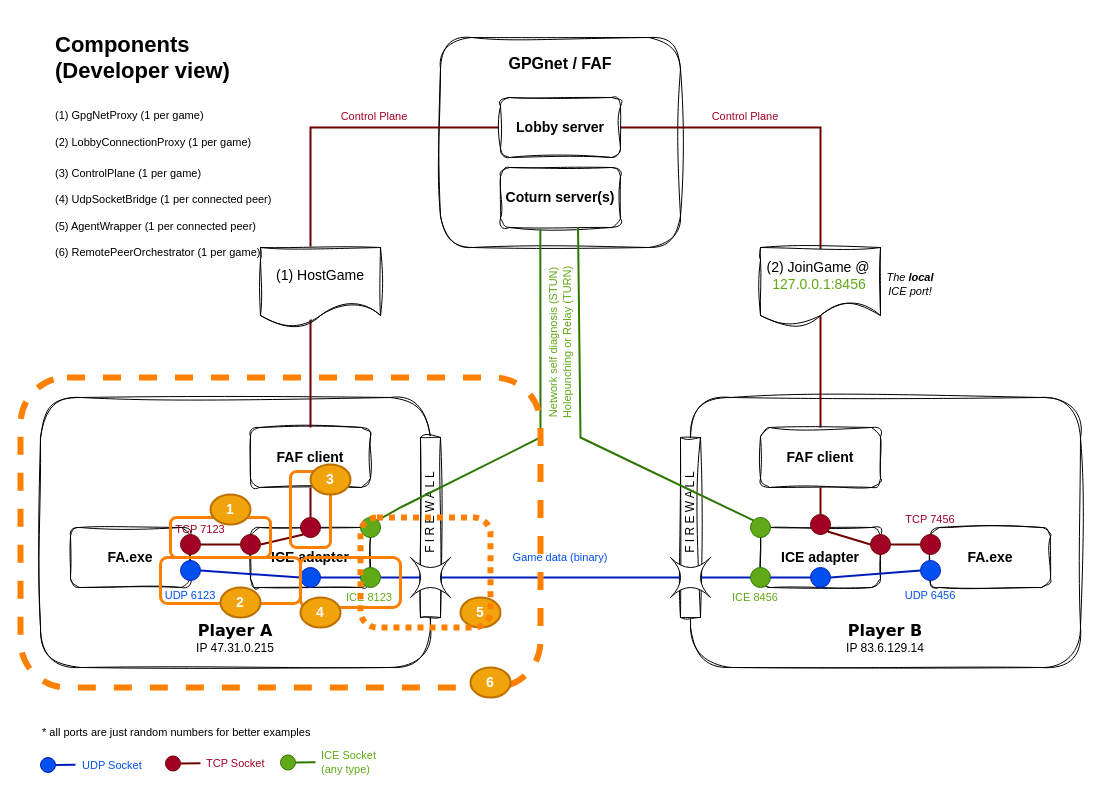
Before: docs/diagrams/network_diagram.drawio in FAForever/kotlin-ice-adapter, a draw.io diagram. Source tidied: cells renumbered, new cells numbered last; positions are measured from the earlier drawing's top-left corner, leaving out a move shared by most shapes. Both pictures are drawn from the tidied source at 100%, with x=0, y=0 at pixel (20, 27).
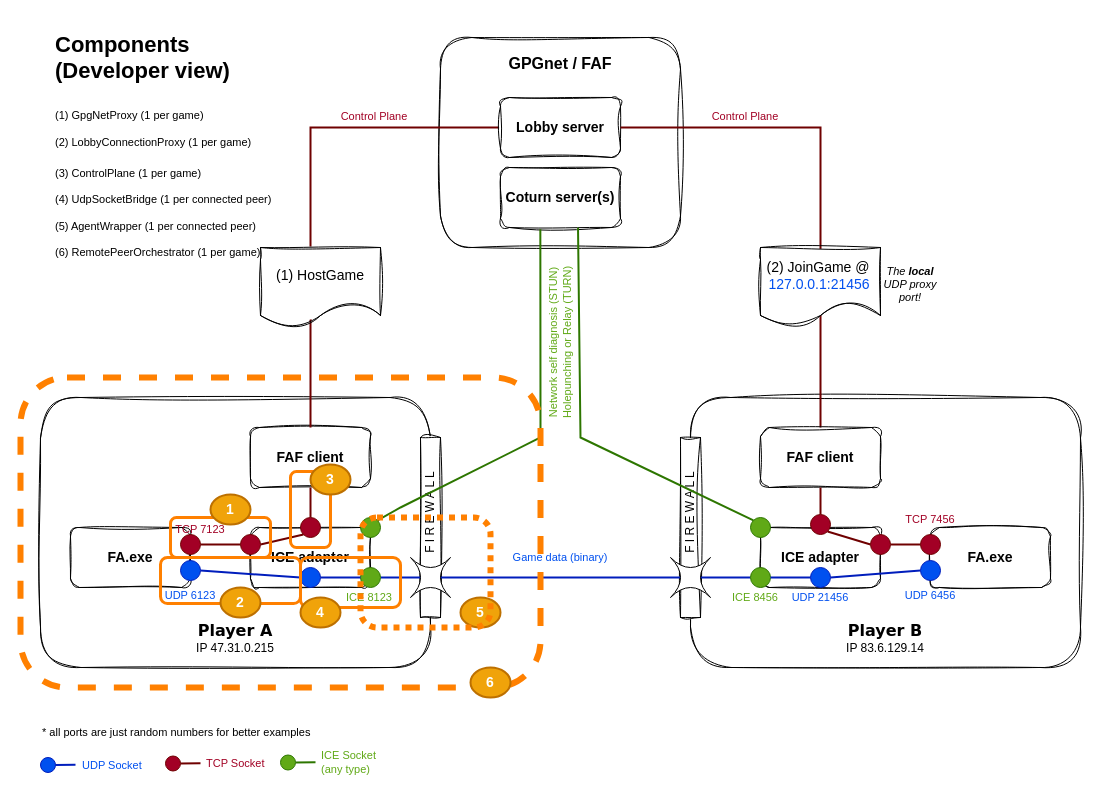
Above is the later version.

Commit message (it also covers changes not shown here):
Fix wrong port description in docs

Diff of the diagram source:
```diff
@@
-    <mxCell id="73" value="127.0.0.1:8456" style="text;html=1;align=center;verticalAlign=middle;whiteSpace=wrap;rounded=0;fontSize=14;fontFamily=Helvetica;fillColor=#FFFFFF;fontColor=#60a916;strokeColor=none;spacing=0;" parent="39" vertex="1">
+    <mxCell id="73" value="127.0.0.1:21456" style="text;html=1;align=center;verticalAlign=middle;whiteSpace=wrap;rounded=0;fontSize=14;fontFamily=Helvetica;fillColor=#FFFFFF;fontColor=#0250ef;strokeColor=none;spacing=0;" parent="39" vertex="1">
       <mxGeometry x="748" y="247" width="102" height="20" as="geometry" />
     </mxCell>
-    <mxCell id="74" value="The &lt;b&gt;local&lt;/b&gt;&lt;br&gt;ICE port!" style="text;html=1;strokeColor=none;fillColor=none;align=center;verticalAlign=middle;whiteSpace=wrap;rounded=0;fontSize=11;fontFamily=Helvetica;fontColor=default;fontStyle=2;" parent="39" vertex="1">
+    <mxCell id="74" value="The &lt;b&gt;local&lt;/b&gt;&lt;br&gt;UDP proxy port!" style="text;html=1;strokeColor=none;fillColor=none;align=center;verticalAlign=middle;whiteSpace=wrap;rounded=0;fontSize=11;fontFamily=Helvetica;fontColor=default;fontStyle=2;" parent="39" vertex="1">
       <mxGeometry x="860" y="242" width="60" height="30" as="geometry" />
     </mxCell>
+    <mxCell id="89" value="UDP 21456" style="text;html=1;strokeColor=none;fillColor=none;align=center;verticalAlign=middle;whiteSpace=wrap;rounded=0;fontSize=11;fontFamily=Helvetica;fontColor=#0250ef;" parent="39" vertex="1">
+      <mxGeometry x="770" y="555" width="60" height="30" as="geometry" />
+    </mxCell>
```
